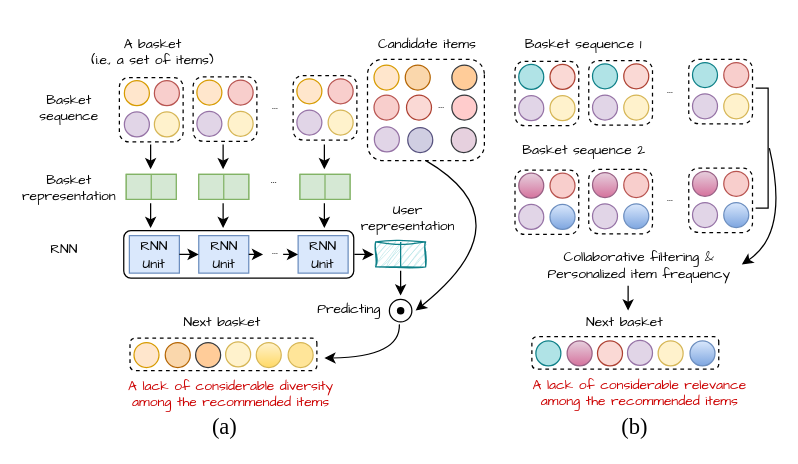
This is 未命名绘图.drawio from wenqisun/data, a draw.io file, before an edit. Source tidied: cells renumbered, new cells numbered last; positions are measured from the earlier drawing's top-left corner, leaving out a move shared by most shapes. Both pictures are drawn from the tidied source at 125%, with x=0, y=0 at pixel (26, 21).
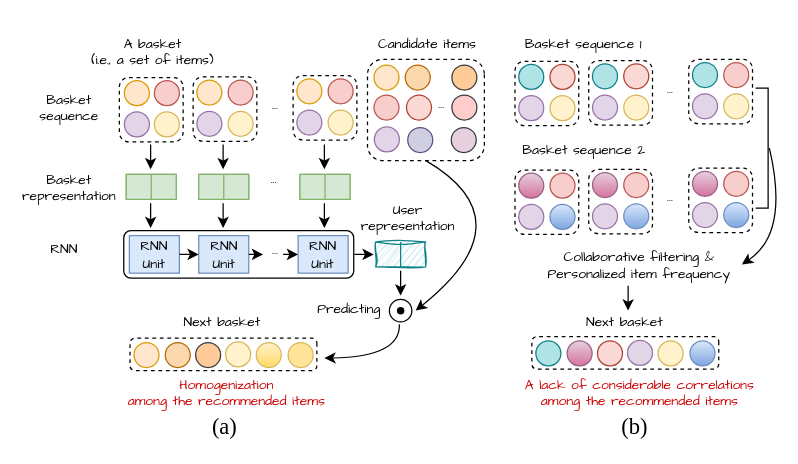
After the change.

Commit message:
更新未命名绘图.drawio

Diff of the diagram source:
```diff
@@
-    <mxCell id="81" value="&lt;p style=&quot;line-height: 0%;&quot;&gt;&lt;span style=&quot;font-size: 11px; font-family: &amp;quot;Comic Sans MS&amp;quot;; background-color: initial;&quot;&gt;&lt;font color=&quot;#cc0000&quot;&gt;A lack of considerable diversity&lt;/font&gt;&lt;/span&gt;&lt;/p&gt;&lt;p style=&quot;line-height: 0%;&quot;&gt;&lt;span style=&quot;font-size: 11px; font-family: &amp;quot;Comic Sans MS&amp;quot;; background-color: initial;&quot;&gt;&lt;font color=&quot;#cc0000&quot;&gt;among the recommended items&lt;/font&gt;&lt;/span&gt;&lt;/p&gt;" style="text;strokeColor=none;align=center;fillColor=none;html=1;verticalAlign=middle;whiteSpace=wrap;rounded=0;dashed=1;" parent="1" vertex="1">
-      <mxGeometry x="54" y="283" width="218.5" height="28" as="geometry" />
-    </mxCell>
@@
-    <mxCell id="134" value="&lt;p style=&quot;line-height: 0%;&quot;&gt;&lt;span style=&quot;font-size: 11px; font-family: &amp;quot;Comic Sans MS&amp;quot;; background-color: initial;&quot;&gt;&lt;font color=&quot;#cc0000&quot;&gt;A lack of considerable relevance&lt;/font&gt;&lt;/span&gt;&lt;/p&gt;&lt;p style=&quot;line-height: 0%;&quot;&gt;&lt;font face=&quot;Comic Sans MS&quot; color=&quot;#cc0000&quot;&gt;&lt;span style=&quot;font-size: 11px;&quot;&gt;among the recommended items&lt;/span&gt;&lt;/font&gt;&lt;/p&gt;" style="text;strokeColor=none;align=center;fillColor=none;html=1;verticalAlign=middle;whiteSpace=wrap;rounded=0;dashed=1;" parent="1" vertex="1">
+    <mxCell id="134" value="&lt;p style=&quot;line-height: 0%;&quot;&gt;&lt;span style=&quot;font-size: 11px; font-family: &amp;quot;Comic Sans MS&amp;quot;; background-color: initial;&quot;&gt;&lt;font color=&quot;#cc0000&quot;&gt;A lack of considerable correlations&lt;/font&gt;&lt;/span&gt;&lt;/p&gt;&lt;p style=&quot;line-height: 0%;&quot;&gt;&lt;font face=&quot;Comic Sans MS&quot; color=&quot;#cc0000&quot;&gt;&lt;span style=&quot;font-size: 11px;&quot;&gt;among the recommended items&lt;/span&gt;&lt;/font&gt;&lt;/p&gt;" style="text;strokeColor=none;align=center;fillColor=none;html=1;verticalAlign=middle;whiteSpace=wrap;rounded=0;dashed=1;" parent="1" vertex="1">
       <mxGeometry x="380.5" y="280.8" width="218.5" height="30.2" as="geometry" />
     </mxCell>
@@
+    <mxCell id="137" value="&lt;p style=&quot;line-height: 0%;&quot;&gt;&lt;span style=&quot;font-size: 11px; font-family: &amp;quot;Comic Sans MS&amp;quot;; background-color: initial;&quot;&gt;&lt;font color=&quot;#cc0000&quot;&gt;Homogenization&lt;/font&gt;&lt;/span&gt;&lt;/p&gt;&lt;p style=&quot;line-height: 0%;&quot;&gt;&lt;span style=&quot;font-size: 11px; color: rgb(204, 0, 0); font-family: &amp;quot;Comic Sans MS&amp;quot;; background-color: initial;&quot;&gt;among the recommended items&lt;/span&gt;&lt;/p&gt;" style="text;strokeColor=none;align=center;fillColor=none;html=1;verticalAlign=middle;whiteSpace=wrap;rounded=0;dashed=1;" parent="1" vertex="1">
+      <mxGeometry x="60" y="282.8" width="200" height="27.2" as="geometry" />
+    </mxCell>
```
